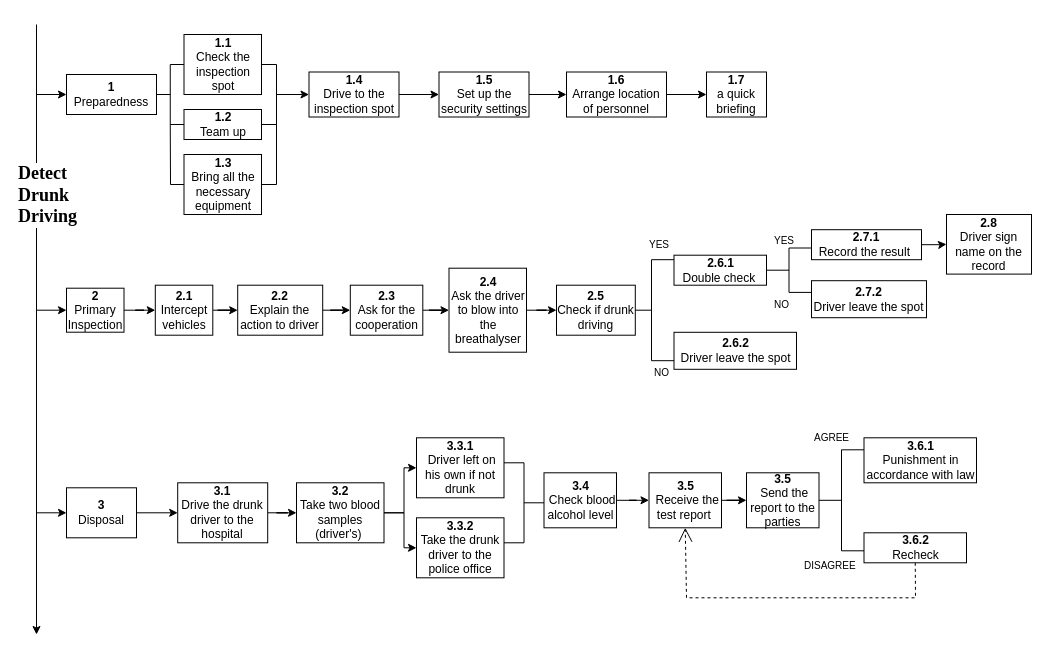
PsychDuan/InfoVisual keeps this draw.io diagram as page "drunk" (5 of 6) of HTA_serious.drawio. Above is the earlier version. Source tidied: cells renumbered, new cells numbered last; positions are measured from the earlier drawing's top-left corner, leaving out a move shared by most shapes. Both pictures are drawn from the tidied source at 100%, with x=0, y=0 at pixel (36, 24).
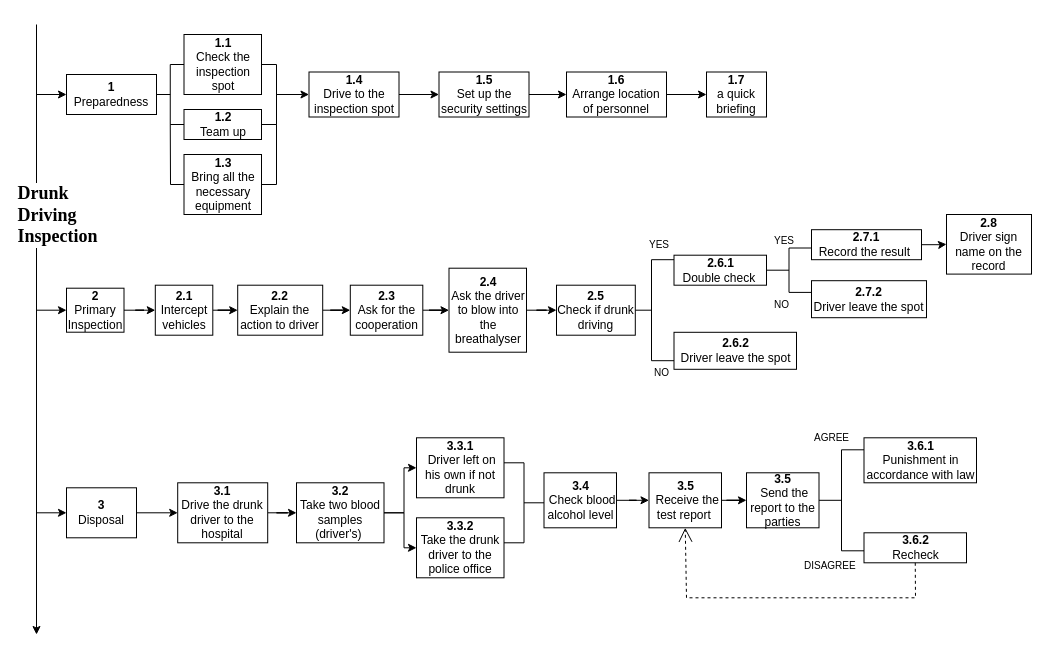
The same diagram, later.

The change refers to these unchanged cells:
```xml
<mxCell id="2" style="endArrow=classic;html=1;rounded=0;" parent="1" edge="1">
  <mxGeometry relative="1" as="geometry">
    <mxPoint as="sourcePoint" />
    <mxPoint y="610" as="targetPoint" />
  </mxGeometry>
</mxCell>
```

Change to the diagram source:
```diff
@@
-    <mxCell id="3" value="&lt;p class=&quot;MsoNormal&quot; style=&quot;margin: 0pt 0pt 0.0001pt ; text-align: justify ; font-family: &amp;#34;times new roman&amp;#34;&quot;&gt;&lt;font size=&quot;4&quot;&gt;&lt;b&gt;Detect&lt;/b&gt;&lt;/font&gt;&lt;/p&gt;&lt;p class=&quot;MsoNormal&quot; style=&quot;margin: 0pt 0pt 0.0001pt ; text-align: justify ; font-family: &amp;#34;times new roman&amp;#34;&quot;&gt;&lt;font size=&quot;4&quot;&gt;&lt;b&gt;Drunk&lt;/b&gt;&lt;/font&gt;&lt;/p&gt;&lt;p class=&quot;MsoNormal&quot; style=&quot;margin: 0pt 0pt 0.0001pt ; text-align: justify ; font-family: &amp;#34;times new roman&amp;#34;&quot;&gt;&lt;font size=&quot;4&quot;&gt;&lt;b&gt;Driving&lt;/b&gt;&lt;/font&gt;&lt;/p&gt;" style="edgeLabel;html=1;align=center;verticalAlign=middle;" parent="2" vertex="1">
+    <mxCell id="3" value="&lt;p class=&quot;MsoNormal&quot; style=&quot;margin: 0pt 0pt 0.0001pt ; text-align: justify ; font-family: &amp;#34;times new roman&amp;#34;&quot;&gt;&lt;font size=&quot;4&quot;&gt;&lt;b&gt;Drunk&lt;/b&gt;&lt;/font&gt;&lt;/p&gt;&lt;p class=&quot;MsoNormal&quot; style=&quot;margin: 0pt 0pt 0.0001pt ; text-align: justify ; font-family: &amp;#34;times new roman&amp;#34;&quot;&gt;&lt;font size=&quot;4&quot;&gt;&lt;b&gt;Driving&lt;/b&gt;&lt;/font&gt;&lt;/p&gt;&lt;p class=&quot;MsoNormal&quot; style=&quot;margin: 0pt 0pt 0.0001pt ; text-align: justify ; font-family: &amp;#34;times new roman&amp;#34;&quot;&gt;&lt;font size=&quot;4&quot;&gt;&lt;b&gt;Inspection&lt;/b&gt;&lt;/font&gt;&lt;/p&gt;" style="edgeLabel;html=1;align=center;verticalAlign=middle;" parent="2" vertex="1">
       <mxGeometry relative="1" as="geometry">
-        <mxPoint x="10" y="-135" as="offset" />
+        <mxPoint x="20" y="-115" as="offset" />
       </mxGeometry>
     </mxCell>
```
